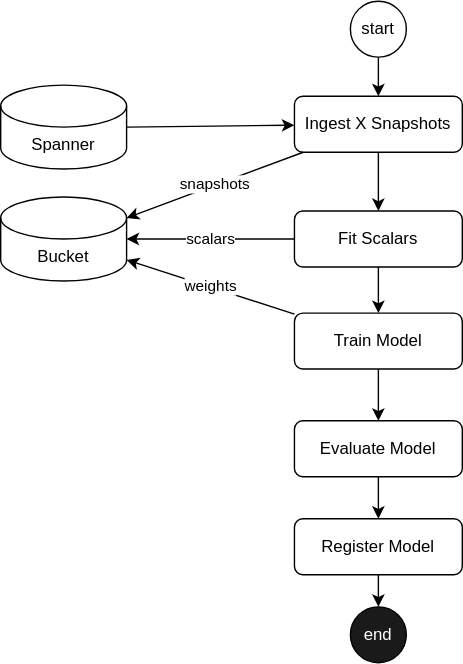
This is docs/drawings/gnn/train_pipeline.drawio.svg from matteote/gnnsandbox-twindq-bench, a draw.io export, as it was before one commit. Source tidied: cells renumbered, new cells last; positions are measured from the earlier drawing's top-left corner, leaving out a move shared by most shapes. Its diagram source:
```xml
<mxGraphModel>
  <root>
    <mxCell id="0" />
    <mxCell id="1" parent="0" />
    <mxCell id="2" style="edgeStyle=none;html=1;" parent="1" edge="1" source="3" target="10">
      <mxGeometry relative="1" as="geometry" />
    </mxCell>
    <mxCell id="3" value="Ingest X Snapshots" style="rounded=1;whiteSpace=wrap;html=1;" parent="1" vertex="1">
      <mxGeometry x="210" y="68" width="120" height="40" as="geometry" />
    </mxCell>
    <mxCell id="4" value="Spanner" style="shape=cylinder3;whiteSpace=wrap;html=1;boundedLbl=1;backgroundOutline=1;size=15;" parent="1" vertex="1">
      <mxGeometry y="60" width="90" height="60" as="geometry" />
    </mxCell>
    <mxCell id="5" style="edgeStyle=none;html=1;entryX=1;entryY=0.5;entryDx=0;entryDy=0;entryPerimeter=0;startArrow=classic;startFill=1;endArrow=none;endFill=0;" parent="1" edge="1" source="3" target="4">
      <mxGeometry relative="1" as="geometry" />
    </mxCell>
    <mxCell id="6" style="edgeStyle=none;html=1;" parent="1" edge="1" source="7" target="3">
      <mxGeometry relative="1" as="geometry" />
    </mxCell>
    <mxCell id="7" value="start" style="ellipse;whiteSpace=wrap;html=1;" parent="1" vertex="1">
      <mxGeometry x="250" width="40" height="40" as="geometry" />
    </mxCell>
    <mxCell id="8" value="end" style="ellipse;whiteSpace=wrap;html=1;fillColor=#1A1A1A;fontColor=#FFFFFF;" parent="1" vertex="1">
      <mxGeometry x="250" y="433" width="40" height="40" as="geometry" />
    </mxCell>
    <mxCell id="9" style="edgeStyle=none;html=1;" parent="1" edge="1" source="10" target="12">
      <mxGeometry relative="1" as="geometry" />
    </mxCell>
    <mxCell id="10" value="Fit Scalars" style="rounded=1;whiteSpace=wrap;html=1;" parent="1" vertex="1">
      <mxGeometry x="210" y="150" width="120" height="40" as="geometry" />
    </mxCell>
    <mxCell id="11" style="edgeStyle=none;html=1;entryX=0.5;entryY=0;entryDx=0;entryDy=0;" parent="1" edge="1" source="12" target="14">
      <mxGeometry relative="1" as="geometry" />
    </mxCell>
    <mxCell id="12" value="Train Model" style="rounded=1;whiteSpace=wrap;html=1;" parent="1" vertex="1">
      <mxGeometry x="210" y="223" width="120" height="40" as="geometry" />
    </mxCell>
    <mxCell id="13" style="edgeStyle=none;html=1;entryX=0.5;entryY=0;entryDx=0;entryDy=0;" parent="1" edge="1" source="14" target="18">
      <mxGeometry relative="1" as="geometry" />
    </mxCell>
    <mxCell id="14" value="Evaluate Model" style="rounded=1;whiteSpace=wrap;html=1;" parent="1" vertex="1">
      <mxGeometry x="210" y="300" width="120" height="40" as="geometry" />
    </mxCell>
    <mxCell id="15" value="Bucket" style="shape=cylinder3;whiteSpace=wrap;html=1;boundedLbl=1;backgroundOutline=1;size=15;" parent="1" vertex="1">
      <mxGeometry y="140" width="90" height="60" as="geometry" />
    </mxCell>
    <mxCell id="16" value="scalars" style="edgeStyle=none;html=1;entryX=1;entryY=0.5;entryDx=0;entryDy=0;entryPerimeter=0;" parent="1" edge="1" source="10" target="15">
      <mxGeometry relative="1" as="geometry" />
    </mxCell>
    <mxCell id="17" style="edgeStyle=none;html=1;entryX=0.5;entryY=0;entryDx=0;entryDy=0;" parent="1" edge="1" source="18" target="8">
      <mxGeometry relative="1" as="geometry" />
    </mxCell>
    <mxCell id="18" value="Register Model" style="rounded=1;whiteSpace=wrap;html=1;" parent="1" vertex="1">
      <mxGeometry x="210" y="370" width="120" height="40" as="geometry" />
    </mxCell>
    <mxCell id="19" value="snapshots" style="edgeStyle=none;html=1;entryX=1;entryY=0;entryDx=0;entryDy=15;entryPerimeter=0;" parent="1" edge="1" source="3" target="15">
      <mxGeometry relative="1" as="geometry" />
    </mxCell>
    <mxCell id="20" value="weights" style="edgeStyle=none;html=1;entryX=1;entryY=1;entryDx=0;entryDy=-15;entryPerimeter=0;" parent="1" edge="1" source="12" target="15">
      <mxGeometry relative="1" as="geometry" />
    </mxCell>
  </root>
</mxGraphModel>
```
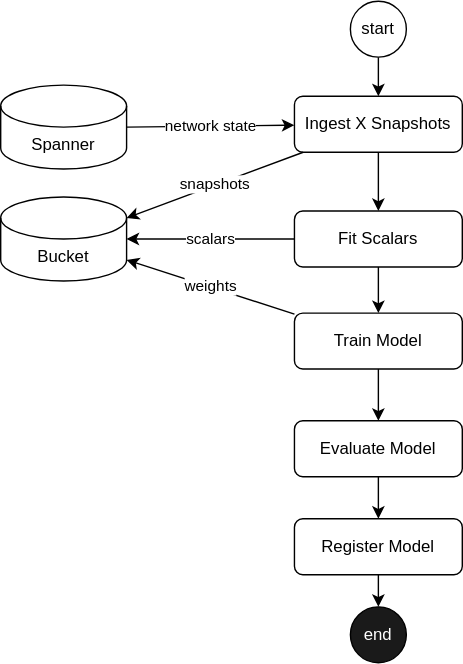
Above is the later version.

Diff of the diagram source:
```diff
@@ -11,7 +11,7 @@
     <mxCell id="4" value="Spanner" style="shape=cylinder3;whiteSpace=wrap;html=1;boundedLbl=1;backgroundOutline=1;size=15;" parent="1" vertex="1">
       <mxGeometry y="60" width="90" height="60" as="geometry" />
     </mxCell>
-    <mxCell id="5" style="edgeStyle=none;html=1;entryX=1;entryY=0.5;entryDx=0;entryDy=0;entryPerimeter=0;startArrow=classic;startFill=1;endArrow=none;endFill=0;" parent="1" edge="1" source="3" target="4">
+    <mxCell id="5" value="network state" style="edgeStyle=none;html=1;entryX=1;entryY=0.5;entryDx=0;entryDy=0;entryPerimeter=0;startArrow=classic;startFill=1;endArrow=none;endFill=0;" parent="1" edge="1" source="3" target="4">
       <mxGeometry relative="1" as="geometry" />
     </mxCell>
     <mxCell id="6" style="edgeStyle=none;html=1;" parent="1" edge="1" source="7" target="3">
```
